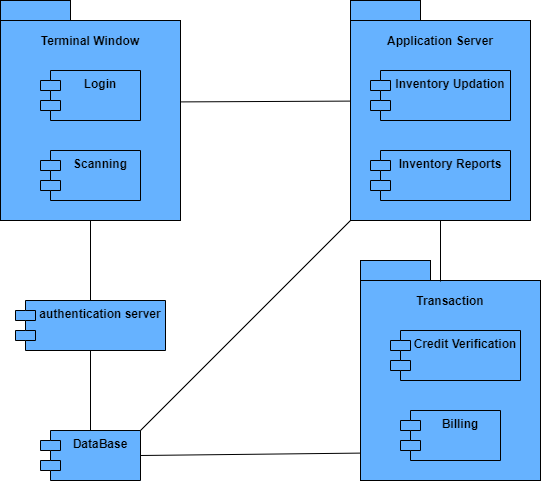
Before: dijagrami/DijagramKomponentiDesktop.png, a diagram exported from draw.io (apozegija1/POS-kasa). Source tidied: cells renumbered, new cells last; positions are measured from the earlier drawing's top-left corner, leaving out a move shared by most shapes.
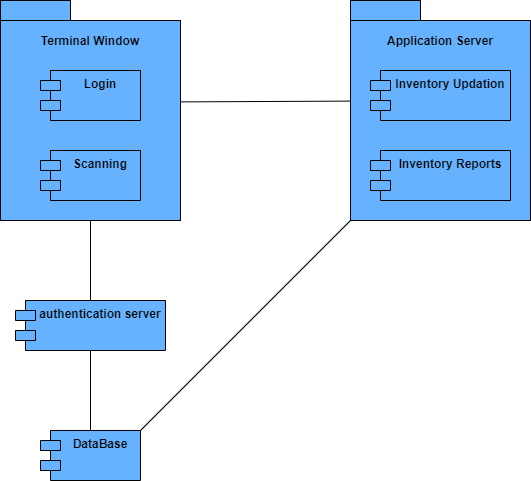
Above is the later version.

Commit message:
Dodan class dijagram

Diff of the diagram source:
```diff
@@ -38,21 +38,6 @@
     <mxCell id="13" value="Inventory Reports" style="shape=module;align=left;spacingLeft=20;align=center;verticalAlign=top;fontStyle=1;strokeColor=#000000;fillColor=#66B2FF;" parent="1" vertex="1">
       <mxGeometry x="370" y="150" width="140" height="50" as="geometry" />
     </mxCell>
-    <mxCell id="14" style="rounded=0;whiteSpace=wrap;html=1;fillColor=#66B2FF;" parent="1" vertex="1">
-      <mxGeometry x="360" y="280" width="180" height="200" as="geometry" />
-    </mxCell>
-    <mxCell id="15" style="rounded=0;whiteSpace=wrap;html=1;fillColor=#66B2FF;" parent="1" vertex="1">
-      <mxGeometry x="360" y="260" width="70" height="20" as="geometry" />
-    </mxCell>
-    <mxCell id="16" value="&lt;b&gt;Transaction&lt;/b&gt;" style="text;html=1;strokeColor=none;fillColor=none;align=center;verticalAlign=middle;whiteSpace=wrap;rounded=0;" parent="1" vertex="1">
-      <mxGeometry x="380" y="290" width="140" height="20" as="geometry" />
-    </mxCell>
-    <mxCell id="17" value="Credit Verification" style="shape=module;align=left;spacingLeft=20;align=center;verticalAlign=top;fontStyle=1;fillColor=#66B2FF;" parent="1" vertex="1">
-      <mxGeometry x="390" y="330" width="130" height="50" as="geometry" />
-    </mxCell>
-    <mxCell id="18" value="Billing" style="shape=module;align=left;spacingLeft=20;align=center;verticalAlign=top;fontStyle=1;fillColor=#66B2FF;" parent="1" vertex="1">
-      <mxGeometry x="400" y="410" width="100" height="50" as="geometry" />
-    </mxCell>
     <mxCell id="19" style="endArrow=none;html=1;exitX=0.5;exitY=0;exitDx=0;exitDy=0;" parent="1" edge="1" source="7">
       <mxGeometry relative="1" as="geometry">
         <mxPoint x="90" y="220" as="targetPoint" />
@@ -64,14 +49,6 @@
     <mxCell id="21" style="endArrow=none;html=1;exitX=1.002;exitY=0.407;exitDx=0;exitDy=0;exitPerimeter=0;entryX=-0.004;entryY=0.403;entryDx=0;entryDy=0;entryPerimeter=0;" parent="1" edge="1" source="2" target="9">
       <mxGeometry relative="1" as="geometry" />
     </mxCell>
-    <mxCell id="22" style="endArrow=none;html=1;entryX=0.5;entryY=1;entryDx=0;entryDy=0;" parent="1" edge="1" target="9">
-      <mxGeometry relative="1" as="geometry">
-        <mxPoint x="440" y="281" as="sourcePoint" />
-      </mxGeometry>
-    </mxCell>
-    <mxCell id="23" style="endArrow=none;html=1;exitX=1;exitY=0.5;exitDx=0;exitDy=0;entryX=0.002;entryY=0.863;entryDx=0;entryDy=0;entryPerimeter=0;" parent="1" edge="1" source="8" target="14">
-      <mxGeometry relative="1" as="geometry" />
-    </mxCell>
     <mxCell id="24" style="endArrow=none;html=1;exitX=1;exitY=0;exitDx=0;exitDy=0;entryX=0;entryY=1;entryDx=0;entryDy=0;" parent="1" edge="1" source="8" target="9">
       <mxGeometry relative="1" as="geometry" />
     </mxCell>
```
